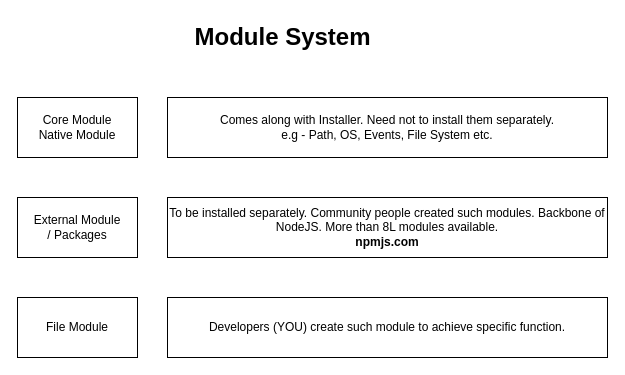
The draw.io diagram page "Page-5" (5 of 5) of refs/diagrams.drawio in synergy2411/mar-22-brillo, before the edit. Source tidied: cells renumbered, new cells numbered last; positions are measured from the earlier drawing's top-left corner, leaving out a move shared by most shapes. Both pictures are drawn from the tidied source at 100%, with x=0, y=0 at pixel (17, 17).
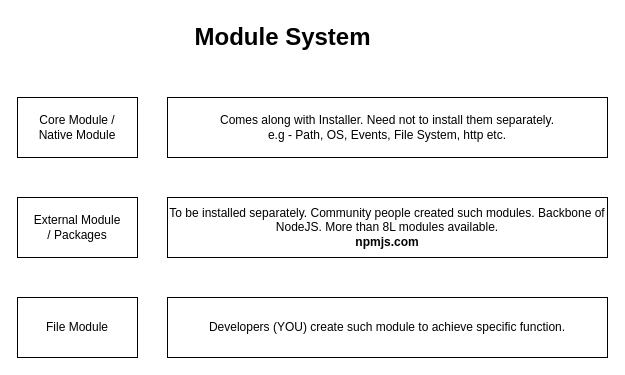
After the change.

Change to the diagram source:
```diff
@@
 <mxGraphModel>
   <root>
     <mxCell id="0" />
     <mxCell id="1" parent="0" />
     <mxCell id="2" value="Module System" style="text;strokeColor=none;fillColor=none;html=1;fontSize=24;fontStyle=1;verticalAlign=middle;align=center;" parent="1" vertex="1">
       <mxGeometry x="215" width="100" height="40" as="geometry" />
     </mxCell>
-    <mxCell id="3" value="Core Module&lt;br&gt;Native Module" style="rounded=0;whiteSpace=wrap;html=1;" parent="1" vertex="1">
+    <mxCell id="3" value="Core Module /&lt;br&gt;Native Module" style="rounded=0;whiteSpace=wrap;html=1;" parent="1" vertex="1">
       <mxGeometry y="80" width="120" height="60" as="geometry" />
     </mxCell>
-    <mxCell id="4" value="Comes along with Installer. Need not to install them separately.&lt;br&gt;e.g - Path, OS, Events, File System etc." style="rounded=0;whiteSpace=wrap;html=1;" parent="1" vertex="1">
+    <mxCell id="4" value="Comes along with Installer. Need not to install them separately.&lt;br&gt;e.g - Path, OS, Events, File System, http etc." style="rounded=0;whiteSpace=wrap;html=1;" parent="1" vertex="1">
       <mxGeometry x="150" y="80" width="440" height="60" as="geometry" />
     </mxCell>
     <mxCell id="5" value="External Module&lt;br&gt;/ Packages" style="rounded=0;whiteSpace=wrap;html=1;" parent="1" vertex="1">
       <mxGeometry y="180" width="120" height="60" as="geometry" />
     </mxCell>
     <mxCell id="6" value="To be installed separately. Community people created such modules. Backbone of NodeJS. More than 8L modules available.&lt;br&gt;&lt;b&gt;npmjs.com&lt;/b&gt;" style="rounded=0;whiteSpace=wrap;html=1;" parent="1" vertex="1">
       <mxGeometry x="150" y="180" width="440" height="60" as="geometry" />
     </mxCell>
     <mxCell id="7" value="File Module" style="rounded=0;whiteSpace=wrap;html=1;" parent="1" vertex="1">
       <mxGeometry y="280" width="120" height="60" as="geometry" />
     </mxCell>
     <mxCell id="8" value="Developers (YOU) create such module to achieve specific function." style="rounded=0;whiteSpace=wrap;html=1;" parent="1" vertex="1">
       <mxGeometry x="150" y="280" width="440" height="60" as="geometry" />
     </mxCell>
   </root>
 </mxGraphModel>
```
